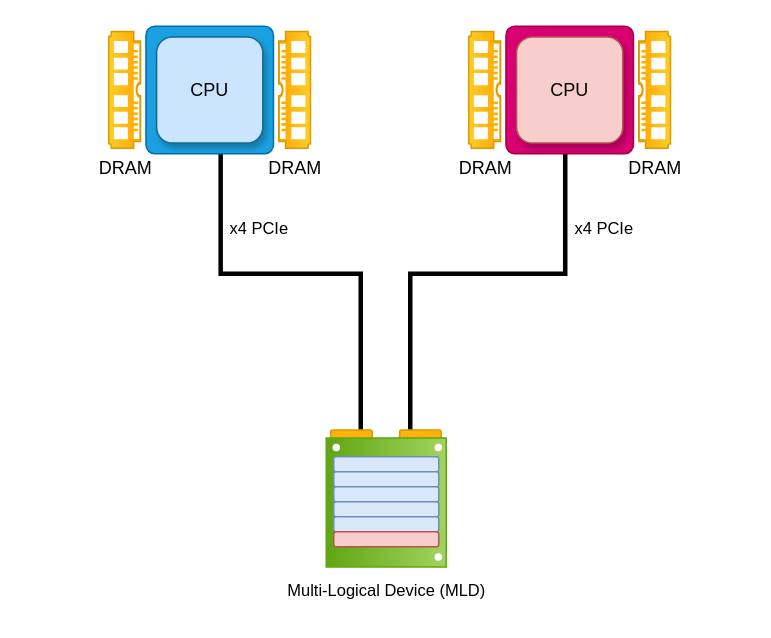
Before: CXL Direct Attach Pooling No Switch.drawio in kamilkhan52/cxl_diagrams, a draw.io diagram. Source tidied: cells renumbered, new cells numbered last; positions are measured from the earlier drawing's top-left corner, leaving out a move shared by most shapes. Both pictures are drawn from the tidied source at 150%, with x=0, y=0 at pixel (108, 26).
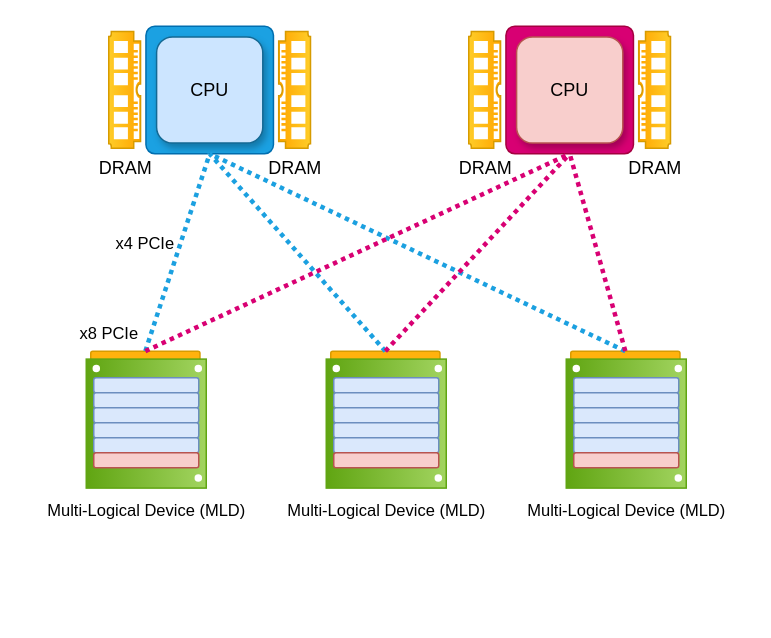
Above is the later version.

Unchanged cells that the change refers to:
```xml
<mxCell id="22" style="rounded=1;whiteSpace=wrap;html=1;arcSize=7;fillColor=#1ba1e2;strokeColor=#006EAF;fontColor=#ffffff;" parent="21" vertex="1">
  <mxGeometry width="85" height="85" as="geometry" />
</mxCell>
<mxCell id="29" style="rounded=1;whiteSpace=wrap;html=1;arcSize=7;fillColor=#d80073;strokeColor=#A50040;fontColor=#ffffff;" parent="28" vertex="1">
  <mxGeometry width="85" height="85" as="geometry" />
</mxCell>
```

Change to the diagram source:
```diff
@@
-    <mxCell id="2" style="html=1;rounded=0;entryX=0.586;entryY=0.976;entryDx=0;entryDy=0;entryPerimeter=0;strokeWidth=3;elbow=vertical;arcSize=20;edgeStyle=elbowEdgeStyle;endArrow=none;endFill=0;" parent="1" edge="1" target="22">
-      <mxGeometry relative="1" as="geometry">
-        <mxPoint x="168" y="270" as="sourcePoint" />
-        <Array as="points">
-          <mxPoint x="121" y="165" />
-        </Array>
-      </mxGeometry>
-    </mxCell>
     <mxCell id="3" style="rounded=1;whiteSpace=wrap;html=1;direction=south;fillColor=#ffb20d;arcSize=7;strokeColor=#d79b00;rotation=90;" parent="1" vertex="1">
-      <mxGeometry x="152" y="265.1" width="19.6" height="27.7" as="geometry" />
+      <mxGeometry x="14.6" y="190" width="19.6" height="72.8" as="geometry" />
     </mxCell>
     <mxCell id="4" value="x4 PCIe" style="text;html=1;align=center;verticalAlign=middle;strokeColor=none;fillColor=none;fontFamily=Helvetica;fontSize=11;fontColor=default;labelBackgroundColor=default;" parent="1" vertex="1">
-      <mxGeometry x="70" y="120" width="60" height="30" as="geometry" />
+      <mxGeometry x="-5.6" y="130" width="60" height="30" as="geometry" />
     </mxCell>
     <mxCell id="5" value="Multi-Logical Device (MLD)" style="text;html=1;align=center;verticalAlign=middle;strokeColor=none;fillColor=none;fontFamily=Helvetica;fontSize=11;fontColor=default;labelBackgroundColor=default;" parent="1" vertex="1">
-      <mxGeometry x="105" y="360.5" width="160" height="30" as="geometry" />
+      <mxGeometry x="-55" y="308" width="160" height="30" as="geometry" />
     </mxCell>
     <mxCell id="6" style="group;" parent="1" vertex="1">
-      <mxGeometry x="145" y="267" width="80" height="93.5" as="geometry" />
+      <mxGeometry x="-15" y="214.4" width="80" height="93.5" as="geometry" />
     </mxCell>
-    <mxCell id="7" style="html=1;rounded=0;entryX=0.465;entryY=0.999;entryDx=0;entryDy=0;entryPerimeter=0;strokeWidth=3;elbow=vertical;arcSize=20;edgeStyle=elbowEdgeStyle;endArrow=none;endFill=0;" parent="6" edge="1" target="29">
-      <mxGeometry relative="1" as="geometry">
-        <mxPoint x="56" y="3" as="sourcePoint" />
-        <Array as="points">
-          <mxPoint x="107" y="-102" />
-        </Array>
-      </mxGeometry>
-    </mxCell>
-    <mxCell id="8" style="rounded=1;whiteSpace=wrap;html=1;direction=south;fillColor=#ffb20d;arcSize=7;strokeColor=#d79b00;rotation=90;" parent="6" vertex="1">
-      <mxGeometry x="53" y="-1.9" width="19.6" height="27.7" as="geometry" />
-    </mxCell>
@@
-    <mxCell id="26" value="x4 PCIe" style="text;html=1;align=center;verticalAlign=middle;strokeColor=none;fillColor=none;fontFamily=Helvetica;fontSize=11;fontColor=default;labelBackgroundColor=default;" parent="1" vertex="1">
-      <mxGeometry x="300" y="120" width="60" height="30" as="geometry" />
-    </mxCell>
@@
+    <mxCell id="33" style="rounded=1;whiteSpace=wrap;html=1;direction=south;fillColor=#ffb20d;arcSize=7;strokeColor=#d79b00;rotation=90;" parent="1" vertex="1">
+      <mxGeometry x="174.6" y="190" width="19.6" height="72.8" as="geometry" />
+    </mxCell>
+    <mxCell id="34" value="Multi-Logical Device (MLD)" style="text;html=1;align=center;verticalAlign=middle;strokeColor=none;fillColor=none;fontFamily=Helvetica;fontSize=11;fontColor=default;labelBackgroundColor=default;" parent="1" vertex="1">
+      <mxGeometry x="105" y="308" width="160" height="30" as="geometry" />
+    </mxCell>
+    <mxCell id="35" style="group;" parent="1" vertex="1">
+      <mxGeometry x="145" y="214.4" width="80" height="93.5" as="geometry" />
+    </mxCell>
+    <mxCell id="36" style="rounded=0;whiteSpace=wrap;html=1;strokeWidth=1;fillColor=#a2d460;strokeColor=#60a512;fontSize=10;gradientColor=#60a512;rotation=90;" parent="35" vertex="1">
+      <mxGeometry x="-3" y="10.5" width="86" height="80" as="geometry" />
+    </mxCell>
+    <mxCell id="37" style="ellipse;whiteSpace=wrap;html=1;strokeWidth=3;shadow=0;strokeColor=#ffffff;rotation=90;" parent="35" vertex="1">
+      <mxGeometry x="73.7" y="12.8" width="2" height="2" as="geometry" />
+    </mxCell>
+    <mxCell id="38" style="ellipse;whiteSpace=wrap;html=1;strokeWidth=3;shadow=0;strokeColor=#ffffff;rotation=90;" parent="35" vertex="1">
+      <mxGeometry x="73.7" y="85.8" width="2" height="2" as="geometry" />
+    </mxCell>
+    <mxCell id="39" style="ellipse;whiteSpace=wrap;html=1;strokeWidth=3;shadow=0;strokeColor=#ffffff;rotation=90;" parent="35" vertex="1">
+      <mxGeometry x="5.7" y="12.8" width="2" height="2" as="geometry" />
+    </mxCell>
+    <mxCell id="40" style="ellipse;whiteSpace=wrap;html=1;strokeWidth=3;shadow=0;strokeColor=#ffffff;rotation=90;" parent="35" vertex="1">
+      <mxGeometry x="102.7" y="93.5" width="2" height="2" as="geometry" />
+    </mxCell>
+    <mxCell id="41" style="rounded=1;whiteSpace=wrap;html=1;fillColor=#dae8fc;strokeColor=#6c8ebf;" parent="35" vertex="1">
+      <mxGeometry x="5" y="20" width="70" height="10" as="geometry" />
+    </mxCell>
+    <mxCell id="42" style="rounded=1;whiteSpace=wrap;html=1;fillColor=#dae8fc;strokeColor=#6c8ebf;" parent="35" vertex="1">
+      <mxGeometry x="5" y="30" width="70" height="10" as="geometry" />
+    </mxCell>
+    <mxCell id="43" style="rounded=1;whiteSpace=wrap;html=1;fillColor=#dae8fc;strokeColor=#6c8ebf;" parent="35" vertex="1">
+      <mxGeometry x="5" y="40" width="70" height="10" as="geometry" />
+    </mxCell>
+    <mxCell id="44" style="rounded=1;whiteSpace=wrap;html=1;fillColor=#dae8fc;strokeColor=#6c8ebf;" parent="35" vertex="1">
+      <mxGeometry x="5" y="50" width="70" height="10" as="geometry" />
+    </mxCell>
+    <mxCell id="45" style="rounded=1;whiteSpace=wrap;html=1;fillColor=#dae8fc;strokeColor=#6c8ebf;" parent="35" vertex="1">
+      <mxGeometry x="5" y="60" width="70" height="10" as="geometry" />
+    </mxCell>
+    <mxCell id="46" style="rounded=1;whiteSpace=wrap;html=1;fillColor=#f8cecc;strokeColor=#b85450;" parent="35" vertex="1">
+      <mxGeometry x="5" y="70" width="70" height="10" as="geometry" />
+    </mxCell>
+    <mxCell id="47" style="rounded=1;whiteSpace=wrap;html=1;direction=south;fillColor=#ffb20d;arcSize=7;strokeColor=#d79b00;rotation=90;" parent="1" vertex="1">
+      <mxGeometry x="334.6" y="190" width="19.6" height="72.8" as="geometry" />
+    </mxCell>
+    <mxCell id="48" value="Multi-Logical Device (MLD)" style="text;html=1;align=center;verticalAlign=middle;strokeColor=none;fillColor=none;fontFamily=Helvetica;fontSize=11;fontColor=default;labelBackgroundColor=default;" parent="1" vertex="1">
+      <mxGeometry x="265" y="308" width="160" height="30" as="geometry" />
+    </mxCell>
+    <mxCell id="49" style="group;" parent="1" vertex="1">
+      <mxGeometry x="305" y="214.4" width="80" height="93.5" as="geometry" />
+    </mxCell>
+    <mxCell id="50" style="rounded=0;whiteSpace=wrap;html=1;strokeWidth=1;fillColor=#a2d460;strokeColor=#60a512;fontSize=10;gradientColor=#60a512;rotation=90;" parent="49" vertex="1">
+      <mxGeometry x="-3" y="10.5" width="86" height="80" as="geometry" />
+    </mxCell>
+    <mxCell id="51" style="ellipse;whiteSpace=wrap;html=1;strokeWidth=3;shadow=0;strokeColor=#ffffff;rotation=90;" parent="49" vertex="1">
+      <mxGeometry x="73.7" y="12.8" width="2" height="2" as="geometry" />
+    </mxCell>
+    <mxCell id="52" style="ellipse;whiteSpace=wrap;html=1;strokeWidth=3;shadow=0;strokeColor=#ffffff;rotation=90;" parent="49" vertex="1">
+      <mxGeometry x="73.7" y="85.8" width="2" height="2" as="geometry" />
+    </mxCell>
+    <mxCell id="53" style="ellipse;whiteSpace=wrap;html=1;strokeWidth=3;shadow=0;strokeColor=#ffffff;rotation=90;" parent="49" vertex="1">
+      <mxGeometry x="5.7" y="12.8" width="2" height="2" as="geometry" />
+    </mxCell>
+    <mxCell id="54" style="ellipse;whiteSpace=wrap;html=1;strokeWidth=3;shadow=0;strokeColor=#ffffff;rotation=90;" parent="49" vertex="1">
+      <mxGeometry x="102.7" y="93.5" width="2" height="2" as="geometry" />
+    </mxCell>
+    <mxCell id="55" style="rounded=1;whiteSpace=wrap;html=1;fillColor=#dae8fc;strokeColor=#6c8ebf;" parent="49" vertex="1">
+      <mxGeometry x="5" y="20" width="70" height="10" as="geometry" />
+    </mxCell>
+    <mxCell id="56" style="rounded=1;whiteSpace=wrap;html=1;fillColor=#dae8fc;strokeColor=#6c8ebf;" parent="49" vertex="1">
+      <mxGeometry x="5" y="30" width="70" height="10" as="geometry" />
+    </mxCell>
+    <mxCell id="57" style="rounded=1;whiteSpace=wrap;html=1;fillColor=#dae8fc;strokeColor=#6c8ebf;" parent="49" vertex="1">
+      <mxGeometry x="5" y="40" width="70" height="10" as="geometry" />
+    </mxCell>
+    <mxCell id="58" style="rounded=1;whiteSpace=wrap;html=1;fillColor=#dae8fc;strokeColor=#6c8ebf;" parent="49" vertex="1">
+      <mxGeometry x="5" y="50" width="70" height="10" as="geometry" />
+    </mxCell>
+    <mxCell id="59" style="rounded=1;whiteSpace=wrap;html=1;fillColor=#dae8fc;strokeColor=#6c8ebf;" parent="49" vertex="1">
+      <mxGeometry x="5" y="60" width="70" height="10" as="geometry" />
+    </mxCell>
+    <mxCell id="60" style="rounded=1;whiteSpace=wrap;html=1;fillColor=#f8cecc;strokeColor=#b85450;" parent="49" vertex="1">
+      <mxGeometry x="5" y="70" width="70" height="10" as="geometry" />
+    </mxCell>
+    <mxCell id="61" style="endArrow=none;html=1;rounded=0;entryX=0.5;entryY=1;entryDx=0;entryDy=0;exitX=0.5;exitY=1;exitDx=0;exitDy=0;strokeWidth=3;dashed=1;dashPattern=1 1;strokeColor=#1ba0e0;" parent="1" edge="1" source="3" target="22">
+      <mxGeometry relative="1" as="geometry" />
+    </mxCell>
+    <mxCell id="62" style="endArrow=none;html=1;rounded=0;entryX=0.5;entryY=1;entryDx=0;entryDy=0;exitX=0.5;exitY=1;exitDx=0;exitDy=0;strokeWidth=3;dashed=1;dashPattern=1 1;strokeColor=#1ba0e0;" parent="1" edge="1" source="33" target="22">
+      <mxGeometry relative="1" as="geometry" />
+    </mxCell>
+    <mxCell id="63" style="endArrow=none;html=1;rounded=0;entryX=0.5;entryY=1;entryDx=0;entryDy=0;strokeWidth=3;dashed=1;dashPattern=1 1;exitX=0.5;exitY=1;exitDx=0;exitDy=0;strokeColor=#1ba0e0;" parent="1" edge="1" source="47" target="22">
+      <mxGeometry relative="1" as="geometry" />
+    </mxCell>
+    <mxCell id="64" style="endArrow=none;html=1;rounded=0;entryX=0.5;entryY=1;entryDx=0;entryDy=0;strokeWidth=3;dashed=1;dashPattern=1 1;strokeColor=#d80073;exitX=0.5;exitY=1;exitDx=0;exitDy=0;" parent="1" edge="1" source="3" target="29">
+      <mxGeometry relative="1" as="geometry" />
+    </mxCell>
+    <mxCell id="65" style="endArrow=none;html=1;rounded=0;strokeWidth=3;dashed=1;dashPattern=1 1;strokeColor=#d80073;exitX=0.5;exitY=1;exitDx=0;exitDy=0;entryX=0.5;entryY=1;entryDx=0;entryDy=0;" parent="1" edge="1" source="33" target="29">
+      <mxGeometry relative="1" as="geometry" />
+    </mxCell>
+    <mxCell id="66" style="endArrow=none;html=1;rounded=0;strokeWidth=3;dashed=1;dashPattern=1 1;strokeColor=#d80073;exitX=0.5;exitY=1;exitDx=0;exitDy=0;entryX=0.5;entryY=1;entryDx=0;entryDy=0;" parent="1" edge="1" source="47" target="29">
+      <mxGeometry relative="1" as="geometry" />
+    </mxCell>
+    <mxCell id="67" value="x8 PCIe" style="text;html=1;align=center;verticalAlign=middle;strokeColor=none;fillColor=none;fontFamily=Helvetica;fontSize=11;fontColor=default;labelBackgroundColor=default;" parent="1" vertex="1">
+      <mxGeometry x="-30" y="190" width="60" height="30" as="geometry" />
+    </mxCell>
```
